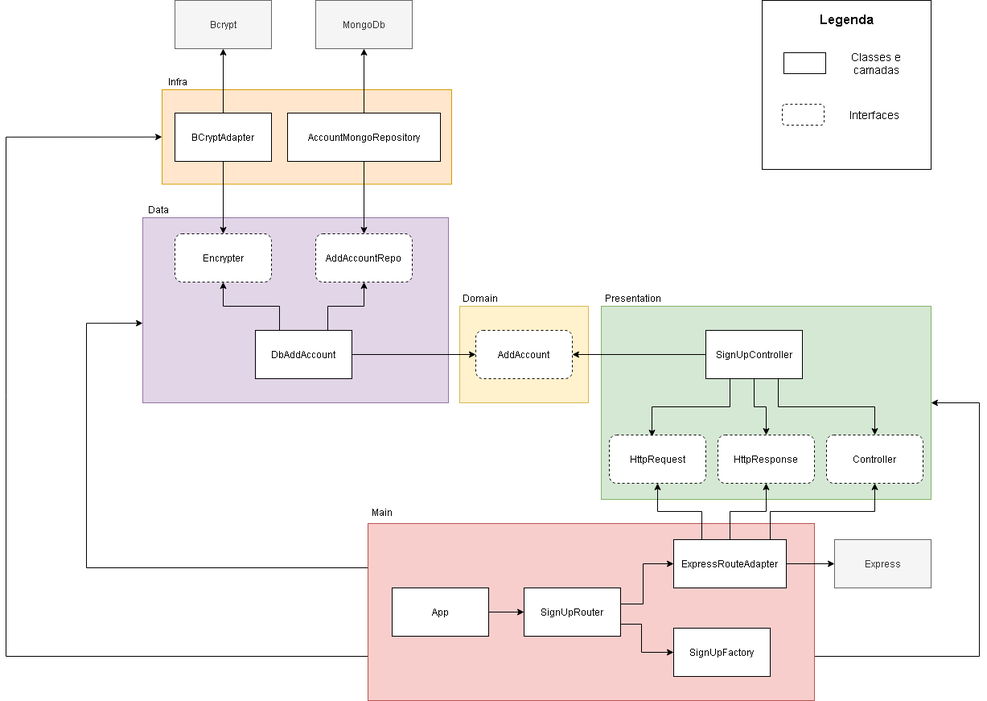
Lpfigueiredo/caixa-virtual-api keeps this draw.io diagram as diagrams/Signup.png. Above is the earlier version. Source tidied: cells renumbered, new cells last; positions are measured from the earlier drawing's top-left corner, leaving out a move shared by most shapes.
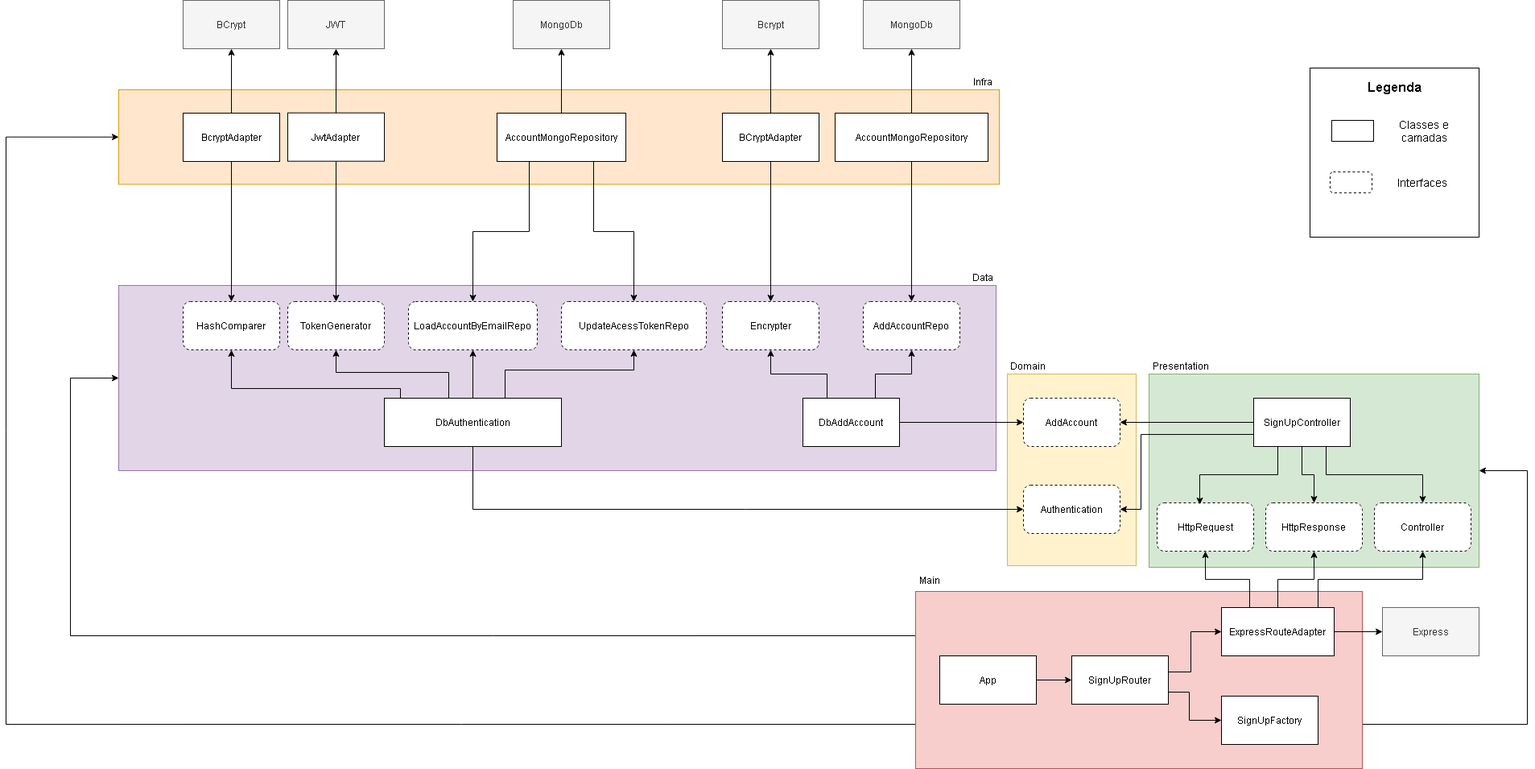
The same file after the commit.

Change to the diagram source:
```diff
@@ -3,41 +3,41 @@
     <mxCell id="0" />
     <mxCell id="1" parent="0" />
     <mxCell id="2" style="rounded=0;whiteSpace=wrap;html=1;fillColor=#ffe6cc;strokeColor=#d79b00;" parent="1" vertex="1">
-      <mxGeometry x="194" y="111" width="360" height="117.4" as="geometry" />
+      <mxGeometry x="-540" y="27" width="1094" height="117.4" as="geometry" />
     </mxCell>
     <mxCell id="3" style="rounded=0;whiteSpace=wrap;html=1;fillColor=#e1d5e7;strokeColor=#9673a6;" parent="1" vertex="1">
-      <mxGeometry x="170" y="270" width="380" height="230" as="geometry" />
+      <mxGeometry x="-540" y="270" width="1090" height="230" as="geometry" />
     </mxCell>
     <mxCell id="4" style="rounded=0;whiteSpace=wrap;html=1;fillColor=#fff2cc;strokeColor=#d6b656;" parent="1" vertex="1">
-      <mxGeometry x="564" y="380" width="160" height="120" as="geometry" />
+      <mxGeometry x="564" y="380" width="160" height="238" as="geometry" />
     </mxCell>
     <mxCell id="5" style="rounded=0;whiteSpace=wrap;html=1;fillColor=#d5e8d4;strokeColor=#82b366;" parent="1" vertex="1">
       <mxGeometry x="740" y="380" width="410" height="240" as="geometry" />
     </mxCell>
+    <mxCell id="8" style="edgeStyle=orthogonalEdgeStyle;rounded=0;jettySize=auto;html=1;exitX=1;exitY=0.75;exitDx=0;exitDy=0;entryX=1;entryY=0.5;entryDx=0;entryDy=0;" parent="1" edge="1" source="9" target="5">
+      <mxGeometry relative="1" as="geometry">
+        <Array as="points">
+          <mxPoint x="1210" y="815" />
+          <mxPoint x="1210" y="500" />
+        </Array>
+      </mxGeometry>
+    </mxCell>
-    <mxCell id="6" style="edgeStyle=orthogonalEdgeStyle;rounded=0;jettySize=auto;html=1;exitX=0;exitY=0.25;exitDx=0;exitDy=0;entryX=0;entryY=0.57;entryDx=0;entryDy=0;entryPerimeter=0;" parent="1" edge="1" source="9" target="3">
+    <mxCell id="6" style="edgeStyle=orthogonalEdgeStyle;rounded=0;jettySize=auto;html=1;exitX=0;exitY=0.25;exitDx=0;exitDy=0;entryX=0;entryY=0.5;entryDx=0;entryDy=0;" parent="1" edge="1" source="9" target="3">
       <mxGeometry relative="1" as="geometry">
         <Array as="points">
-          <mxPoint x="100" y="705" />
-          <mxPoint x="100" y="401" />
+          <mxPoint x="-600" y="705" />
+          <mxPoint x="-600" y="385" />
         </Array>
       </mxGeometry>
     </mxCell>
     <mxCell id="7" style="edgeStyle=orthogonalEdgeStyle;rounded=0;jettySize=auto;html=1;exitX=0;exitY=0.75;exitDx=0;exitDy=0;entryX=0;entryY=0.5;entryDx=0;entryDy=0;" parent="1" edge="1" source="9" target="2">
       <mxGeometry relative="1" as="geometry">
         <Array as="points">
-          <mxPoint y="815" />
-          <mxPoint y="170" />
+          <mxPoint x="-680" y="815" />
+          <mxPoint x="-680" y="86" />
         </Array>
       </mxGeometry>
     </mxCell>
-    <mxCell id="8" style="edgeStyle=orthogonalEdgeStyle;rounded=0;jettySize=auto;html=1;exitX=1;exitY=0.75;exitDx=0;exitDy=0;entryX=1;entryY=0.5;entryDx=0;entryDy=0;" parent="1" edge="1" source="9" target="5">
-      <mxGeometry relative="1" as="geometry">
-        <Array as="points">
-          <mxPoint x="1210" y="815" />
-          <mxPoint x="1210" y="500" />
-        </Array>
-      </mxGeometry>
-    </mxCell>
     <mxCell id="9" style="rounded=0;whiteSpace=wrap;html=1;fillColor=#f8cecc;strokeColor=#b85450;" parent="1" vertex="1">
       <mxGeometry x="450" y="650" width="555" height="220" as="geometry" />
     </mxCell>
@@ -115,6 +115,14 @@
     <mxCell id="28" style="edgeStyle=orthogonalEdgeStyle;rounded=0;jettySize=auto;html=1;entryX=1;entryY=0.5;entryDx=0;entryDy=0;" parent="1" edge="1" source="29" target="30">
       <mxGeometry relative="1" as="geometry" />
     </mxCell>
+    <mxCell id="56" style="edgeStyle=orthogonalEdgeStyle;rounded=0;jettySize=auto;html=1;exitX=0;exitY=0.75;exitDx=0;exitDy=0;entryX=1;entryY=0.5;entryDx=0;entryDy=0;" parent="1" edge="1" source="29" target="80">
+      <mxGeometry relative="1" as="geometry">
+        <Array as="points">
+          <mxPoint x="730" y="455" />
+          <mxPoint x="730" y="548" />
+        </Array>
+      </mxGeometry>
+    </mxCell>
     <mxCell id="29" value="SignUpController" style="rounded=0;whiteSpace=wrap;html=1;" parent="1" vertex="1">
       <mxGeometry x="870" y="410" width="120" height="60" as="geometry" />
     </mxCell>
@@ -146,7 +154,7 @@
       <mxGeometry relative="1" as="geometry" />
     </mxCell>
     <mxCell id="39" value="BCryptAdapter" style="rounded=0;whiteSpace=wrap;html=1;" parent="1" vertex="1">
-      <mxGeometry x="210" y="140" width="120" height="60" as="geometry" />
+      <mxGeometry x="210" y="56" width="120" height="60" as="geometry" />
     </mxCell>
     <mxCell id="40" style="edgeStyle=orthogonalEdgeStyle;rounded=0;jettySize=auto;html=1;exitX=0.5;exitY=0;exitDx=0;exitDy=0;entryX=0.5;entryY=1;entryDx=0;entryDy=0;" parent="1" edge="1" source="42" target="44">
       <mxGeometry relative="1" as="geometry" />
@@ -155,13 +163,13 @@
       <mxGeometry relative="1" as="geometry" />
     </mxCell>
     <mxCell id="42" value="AccountMongoRepository" style="rounded=0;whiteSpace=wrap;html=1;" parent="1" vertex="1">
-      <mxGeometry x="350" y="140" width="190" height="60" as="geometry" />
+      <mxGeometry x="350" y="56" width="190" height="60" as="geometry" />
     </mxCell>
     <mxCell id="43" value="Bcrypt" style="rounded=0;whiteSpace=wrap;html=1;fillColor=#f5f5f5;strokeColor=#666666;fontColor=#333333;" parent="1" vertex="1">
-      <mxGeometry x="210" width="120" height="60" as="geometry" />
+      <mxGeometry x="210" y="-84" width="120" height="60" as="geometry" />
     </mxCell>
     <mxCell id="44" value="MongoDb" style="rounded=0;whiteSpace=wrap;html=1;fillColor=#f5f5f5;strokeColor=#666666;fontColor=#333333;" parent="1" vertex="1">
-      <mxGeometry x="385" width="120" height="60" as="geometry" />
+      <mxGeometry x="385" y="-84" width="120" height="60" as="geometry" />
     </mxCell>
     <mxCell id="45" value="Main" style="text;html=1;strokeColor=none;fillColor=none;align=center;verticalAlign=middle;whiteSpace=wrap;rounded=0;" parent="1" vertex="1">
       <mxGeometry x="448" y="626" width="40" height="20" as="geometry" />
@@ -172,11 +180,8 @@
     <mxCell id="47" value="Domain" style="text;html=1;strokeColor=none;fillColor=none;align=center;verticalAlign=middle;whiteSpace=wrap;rounded=0;" parent="1" vertex="1">
       <mxGeometry x="570" y="360" width="40" height="20" as="geometry" />
     </mxCell>
-    <mxCell id="48" value="Data" style="text;html=1;strokeColor=none;fillColor=none;align=center;verticalAlign=middle;whiteSpace=wrap;rounded=0;" parent="1" vertex="1">
-      <mxGeometry x="170" y="250" width="40" height="20" as="geometry" />
-    </mxCell>
     <mxCell id="49" value="Infra" style="text;html=1;strokeColor=none;fillColor=none;align=center;verticalAlign=middle;whiteSpace=wrap;rounded=0;" parent="1" vertex="1">
-      <mxGeometry x="194" y="91" width="40" height="20" as="geometry" />
+      <mxGeometry x="514" y="7" width="40" height="20" as="geometry" />
     </mxCell>
     <mxCell id="50" style="whiteSpace=wrap;html=1;" parent="1" vertex="1">
       <mxGeometry x="940" width="210" height="210" as="geometry" />
@@ -196,5 +201,98 @@
     <mxCell id="55" value="&lt;font style=&quot;font-size: 14px&quot;&gt;Interfaces&lt;/font&gt;" style="text;html=1;strokeColor=none;fillColor=none;align=center;verticalAlign=middle;whiteSpace=wrap;rounded=0;" parent="1" vertex="1">
       <mxGeometry x="1035" y="132" width="90" height="20" as="geometry" />
     </mxCell>
+    <mxCell id="57" style="edgeStyle=orthogonalEdgeStyle;rounded=0;jettySize=auto;html=1;exitX=1;exitY=0;exitDx=0;exitDy=0;entryX=0.5;entryY=1;entryDx=0;entryDy=0;" parent="1" edge="1" source="62" target="66">
+      <mxGeometry relative="1" as="geometry">
+        <Array as="points">
+          <mxPoint x="-60" y="410" />
+          <mxPoint x="-60" y="375" />
+          <mxPoint x="100" y="375" />
+        </Array>
+      </mxGeometry>
+    </mxCell>
+    <mxCell id="58" style="edgeStyle=orthogonalEdgeStyle;rounded=0;jettySize=auto;html=1;exitX=0.25;exitY=0;exitDx=0;exitDy=0;entryX=0.5;entryY=1;entryDx=0;entryDy=0;" parent="1" edge="1" source="62" target="65">
+      <mxGeometry relative="1" as="geometry">
+        <Array as="points">
+          <mxPoint x="-130" y="410" />
+          <mxPoint x="-130" y="378" />
+          <mxPoint x="-270" y="378" />
+        </Array>
+      </mxGeometry>
+    </mxCell>
+    <mxCell id="59" style="edgeStyle=orthogonalEdgeStyle;rounded=0;jettySize=auto;html=1;exitX=0;exitY=0;exitDx=0;exitDy=0;entryX=0.5;entryY=1;entryDx=0;entryDy=0;" parent="1" edge="1" source="62" target="63">
+      <mxGeometry relative="1" as="geometry">
+        <Array as="points">
+          <mxPoint x="-190" y="410" />
+          <mxPoint x="-190" y="398" />
+          <mxPoint x="-400" y="398" />
+        </Array>
+      </mxGeometry>
+    </mxCell>
+    <mxCell id="60" style="edgeStyle=orthogonalEdgeStyle;rounded=0;jettySize=auto;html=1;exitX=0.5;exitY=0;exitDx=0;exitDy=0;entryX=0.5;entryY=1;entryDx=0;entryDy=0;" parent="1" edge="1" source="62" target="64">
+      <mxGeometry relative="1" as="geometry" />
+    </mxCell>
+    <mxCell id="61" style="edgeStyle=orthogonalEdgeStyle;rounded=0;jettySize=auto;html=1;exitX=0.5;exitY=1;exitDx=0;exitDy=0;entryX=0;entryY=0.5;entryDx=0;entryDy=0;" parent="1" edge="1" source="62" target="80">
+      <mxGeometry relative="1" as="geometry" />
+    </mxCell>
+    <mxCell id="62" value="DbAuthentication" style="rounded=0;whiteSpace=wrap;html=1;" parent="1" vertex="1">
+      <mxGeometry x="-210" y="410" width="220" height="60" as="geometry" />
+    </mxCell>
+    <mxCell id="63" value="HashComparer" style="rounded=1;whiteSpace=wrap;html=1;dashed=1;" parent="1" vertex="1">
+      <mxGeometry x="-460" y="290" width="120" height="60" as="geometry" />
+    </mxCell>
+    <mxCell id="64" value="LoadAccountByEmailRepo" style="rounded=1;whiteSpace=wrap;html=1;dashed=1;" parent="1" vertex="1">
+      <mxGeometry x="-180" y="290" width="160" height="60" as="geometry" />
+    </mxCell>
+    <mxCell id="65" value="TokenGenerator" style="rounded=1;whiteSpace=wrap;html=1;dashed=1;" parent="1" vertex="1">
+      <mxGeometry x="-330" y="290" width="120" height="60" as="geometry" />
+    </mxCell>
+    <mxCell id="66" value="UpdateAcessTokenRepo" style="rounded=1;whiteSpace=wrap;html=1;dashed=1;" parent="1" vertex="1">
+      <mxGeometry x="10" y="290" width="180" height="60" as="geometry" />
+    </mxCell>
+    <mxCell id="67" style="edgeStyle=orthogonalEdgeStyle;rounded=0;jettySize=auto;html=1;exitX=0.5;exitY=0;exitDx=0;exitDy=0;entryX=0.5;entryY=1;entryDx=0;entryDy=0;" parent="1" edge="1" source="69" target="77">
+      <mxGeometry relative="1" as="geometry" />
+    </mxCell>
+    <mxCell id="68" style="edgeStyle=orthogonalEdgeStyle;rounded=0;jettySize=auto;html=1;exitX=0.5;exitY=1;exitDx=0;exitDy=0;entryX=0.5;entryY=0;entryDx=0;entryDy=0;" parent="1" edge="1" source="69" target="63">
+      <mxGeometry relative="1" as="geometry" />
+    </mxCell>
+    <mxCell id="69" value="BcryptAdapter" style="rounded=0;whiteSpace=wrap;html=1;" parent="1" vertex="1">
+      <mxGeometry x="-460" y="56" width="120" height="60" as="geometry" />
+    </mxCell>
+    <mxCell id="70" style="edgeStyle=orthogonalEdgeStyle;rounded=0;jettySize=auto;html=1;exitX=0.5;exitY=1;exitDx=0;exitDy=0;entryX=0.5;entryY=0;entryDx=0;entryDy=0;" parent="1" edge="1" source="72" target="65">
+      <mxGeometry relative="1" as="geometry" />
+    </mxCell>
+    <mxCell id="71" style="edgeStyle=orthogonalEdgeStyle;rounded=0;jettySize=auto;html=1;" parent="1" edge="1" source="72" target="78">
+      <mxGeometry relative="1" as="geometry" />
+    </mxCell>
+    <mxCell id="72" value="JwtAdapter" style="rounded=0;whiteSpace=wrap;html=1;" parent="1" vertex="1">
+      <mxGeometry x="-330" y="55.7" width="120" height="60" as="geometry" />
+    </mxCell>
+    <mxCell id="73" style="edgeStyle=orthogonalEdgeStyle;rounded=0;jettySize=auto;html=1;exitX=0.25;exitY=1;exitDx=0;exitDy=0;entryX=0.5;entryY=0;entryDx=0;entryDy=0;" parent="1" edge="1" source="76" target="64">
+      <mxGeometry relative="1" as="geometry" />
+    </mxCell>
+    <mxCell id="74" style="edgeStyle=orthogonalEdgeStyle;rounded=0;jettySize=auto;html=1;exitX=0.75;exitY=1;exitDx=0;exitDy=0;entryX=0.5;entryY=0;entryDx=0;entryDy=0;" parent="1" edge="1" source="76" target="66">
+      <mxGeometry relative="1" as="geometry" />
+    </mxCell>
+    <mxCell id="75" style="edgeStyle=orthogonalEdgeStyle;rounded=0;jettySize=auto;html=1;exitX=0.5;exitY=0;exitDx=0;exitDy=0;entryX=0.5;entryY=1;entryDx=0;entryDy=0;" parent="1" edge="1" source="76" target="79">
+      <mxGeometry relative="1" as="geometry" />
+    </mxCell>
+    <mxCell id="76" value="AccountMongoRepository" style="rounded=0;whiteSpace=wrap;html=1;" parent="1" vertex="1">
+      <mxGeometry x="-70" y="56" width="160" height="60" as="geometry" />
+    </mxCell>
+    <mxCell id="77" value="BCrypt" style="rounded=0;whiteSpace=wrap;html=1;fillColor=#f5f5f5;strokeColor=#666666;fontColor=#333333;" parent="1" vertex="1">
+      <mxGeometry x="-460" y="-84" width="120" height="60" as="geometry" />
+    </mxCell>
+    <mxCell id="78" value="JWT" style="rounded=0;whiteSpace=wrap;html=1;fillColor=#f5f5f5;strokeColor=#666666;fontColor=#333333;" parent="1" vertex="1">
+      <mxGeometry x="-330" y="-84" width="120" height="60" as="geometry" />
+    </mxCell>
+    <mxCell id="79" value="MongoDb" style="rounded=0;whiteSpace=wrap;html=1;fillColor=#f5f5f5;strokeColor=#666666;fontColor=#333333;" parent="1" vertex="1">
+      <mxGeometry x="-50" y="-84" width="120" height="60" as="geometry" />
+    </mxCell>
+    <mxCell id="48" value="Data" style="text;html=1;strokeColor=none;fillColor=none;align=center;verticalAlign=middle;whiteSpace=wrap;rounded=0;dashed=1;" parent="1" vertex="1">
+      <mxGeometry x="514" y="250" width="40" height="20" as="geometry" />
+    </mxCell>
+    <mxCell id="80" value="Authentication" style="rounded=1;whiteSpace=wrap;html=1;dashed=1;" parent="1" vertex="1">
+      <mxGeometry x="584" y="518" width="120" height="60" as="geometry" />
+    </mxCell>
   </root>
 </mxGraphModel>
```
